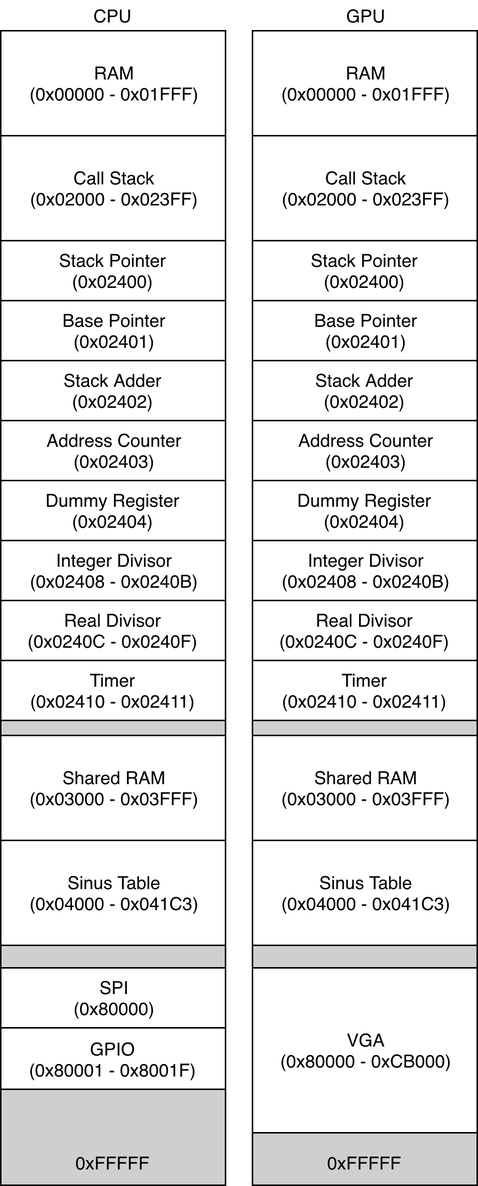
The draw.io diagram doc/schema_and_logo/plageAdresse.png in Devdevdavid/ProceXeirb, before a commit. Source tidied: cells renumbered, new cells last; positions are measured from the earlier drawing's top-left corner, leaving out a move shared by most shapes.
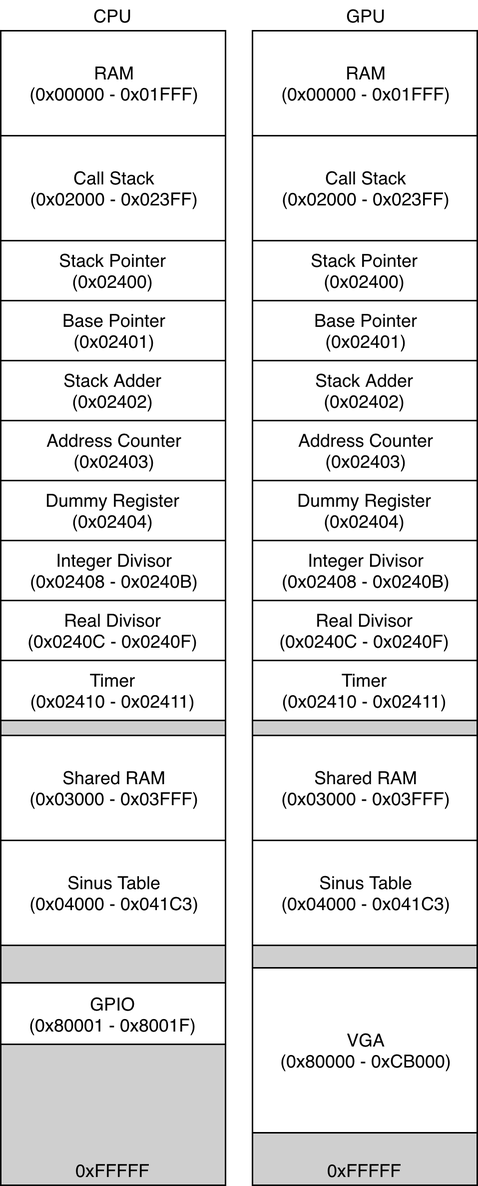
After the commit.

Change to the diagram source:
```diff
@@ -42,13 +42,10 @@
       <mxGeometry y="400" width="150" height="40" as="geometry" />
     </mxCell>
     <mxCell id="15" value="GPIO&lt;br&gt;(0x80001 - 0x&lt;span&gt;8001F)&lt;/span&gt;" style="rounded=0;whiteSpace=wrap;html=1;" parent="1" vertex="1">
-      <mxGeometry y="685" width="150" height="41" as="geometry" />
+      <mxGeometry y="655" width="150" height="41" as="geometry" />
     </mxCell>
-    <mxCell id="16" value="SPI&lt;br&gt;(0x80000&lt;span&gt;)&lt;/span&gt;" style="rounded=0;whiteSpace=wrap;html=1;" parent="1" vertex="1">
-      <mxGeometry y="645" width="150" height="40" as="geometry" />
-    </mxCell>
     <mxCell id="17" value="0xFFFFF" style="text;html=1;strokeColor=none;fillColor=none;align=center;verticalAlign=middle;whiteSpace=wrap;rounded=0;fontColor=#000000;" parent="1" vertex="1">
-      <mxGeometry y="765" width="150" height="20" as="geometry" />
+      <mxGeometry y="770" width="150" height="20" as="geometry" />
     </mxCell>
     <mxCell id="18" style="rounded=0;whiteSpace=wrap;html=1;fillColor=#CFCFCF;" parent="1" vertex="1">
       <mxGeometry x="168" y="20" width="150" height="770" as="geometry" />
@@ -93,7 +90,7 @@
       <mxGeometry x="168" y="645" width="150" height="110" as="geometry" />
     </mxCell>
     <mxCell id="32" value="0xFFFFF" style="text;html=1;strokeColor=none;fillColor=none;align=center;verticalAlign=middle;whiteSpace=wrap;rounded=0;fontColor=#000000;" parent="1" vertex="1">
-      <mxGeometry x="168" y="765" width="150" height="20" as="geometry" />
+      <mxGeometry x="168" y="770" width="150" height="20" as="geometry" />
     </mxCell>
     <mxCell id="33" value="Timer&lt;br&gt;(0x02410 - 0x02411)&lt;br&gt;" style="rounded=0;whiteSpace=wrap;html=1;" parent="1" vertex="1">
       <mxGeometry y="440" width="150" height="40" as="geometry" />
```
